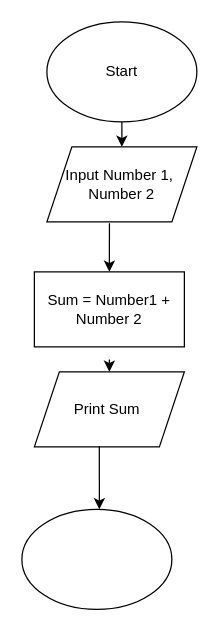
Before: Untitled Diagram.drawio in Aesher7/Aesher7, a draw.io diagram. Source tidied: cells renumbered, new cells numbered last; positions are measured from the earlier drawing's top-left corner, leaving out a move shared by most shapes. Both pictures are drawn from the tidied source at 125%, with x=0, y=0 at pixel (21, 21).
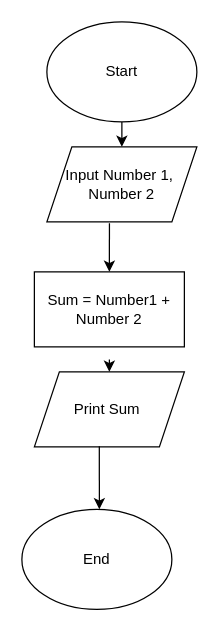
The same page after the edit.

The edit, as a diff of the source:
```diff
@@
 <mxGraphModel>
   <root>
     <mxCell id="0" />
     <mxCell id="1" parent="0" />
     <mxCell id="2" value="Start" style="ellipse;whiteSpace=wrap;html=1;" parent="1" vertex="1">
       <mxGeometry x="20" width="120" height="80" as="geometry" />
     </mxCell>
     <mxCell id="3" style="endArrow=classic;html=1;rounded=0;" parent="1" edge="1" source="2" target="4">
       <mxGeometry relative="1" as="geometry" />
     </mxCell>
     <mxCell id="4" value="Input Number 1,&amp;nbsp;&lt;br&gt;Number 2" style="shape=parallelogram;perimeter=parallelogramPerimeter;whiteSpace=wrap;html=1;fixedSize=1;" parent="1" vertex="1">
       <mxGeometry x="20" y="100" width="120" height="60" as="geometry" />
     </mxCell>
     <mxCell id="5" style="endArrow=classic;html=1;rounded=0;exitX=0.417;exitY=1.017;exitDx=0;exitDy=0;exitPerimeter=0;" parent="1" edge="1" source="4" target="6">
       <mxGeometry relative="1" as="geometry" />
     </mxCell>
     <mxCell id="6" value="Sum = Number1 + Number 2" style="rounded=0;whiteSpace=wrap;html=1;" parent="1" vertex="1">
       <mxGeometry x="10" y="200" width="120" height="60" as="geometry" />
     </mxCell>
     <mxCell id="7" style="endArrow=classic;html=1;rounded=0;" parent="1" edge="1" target="8">
       <mxGeometry relative="1" as="geometry">
         <mxPoint x="70" y="270" as="sourcePoint" />
       </mxGeometry>
     </mxCell>
     <mxCell id="8" value="Print Sum&amp;nbsp;" style="shape=parallelogram;perimeter=parallelogramPerimeter;whiteSpace=wrap;html=1;fixedSize=1;" parent="1" vertex="1">
       <mxGeometry x="10" y="280" width="120" height="60" as="geometry" />
     </mxCell>
     <mxCell id="9" style="endArrow=classic;html=1;rounded=0;exitX=0.433;exitY=0.992;exitDx=0;exitDy=0;exitPerimeter=0;" parent="1" edge="1" source="8">
       <mxGeometry relative="1" as="geometry">
         <mxPoint x="62" y="390" as="targetPoint" />
       </mxGeometry>
     </mxCell>
-    <mxCell id="10" style="ellipse;whiteSpace=wrap;html=1;" parent="1" vertex="1">
+    <mxCell id="10" value="End" style="ellipse;whiteSpace=wrap;html=1;" parent="1" vertex="1">
       <mxGeometry y="390" width="120" height="80" as="geometry" />
     </mxCell>
   </root>
 </mxGraphModel>
```
